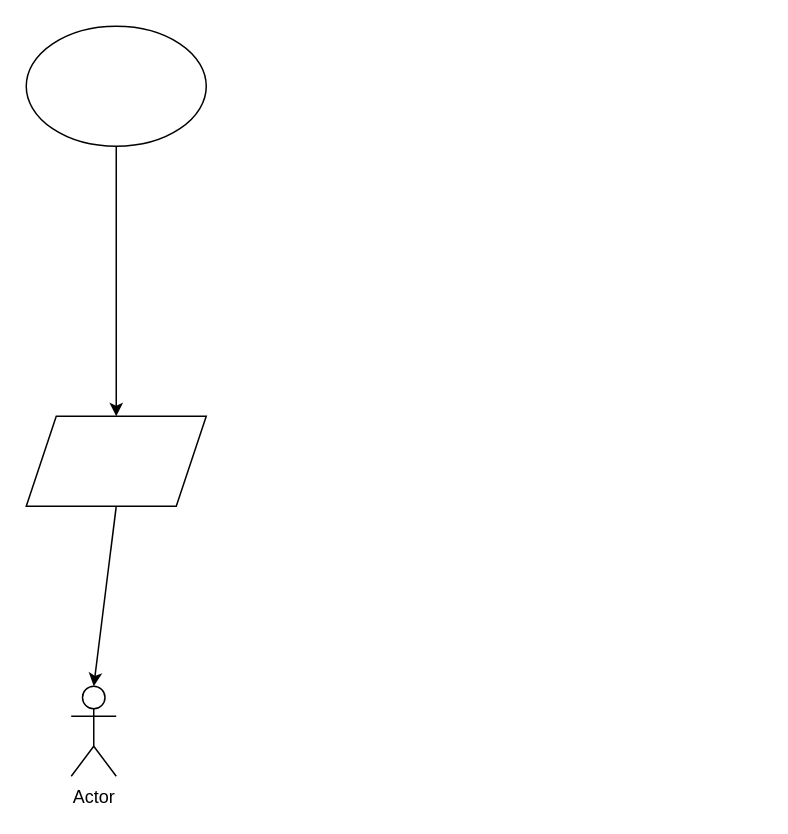
Bert0Neill/ArchitectDiagrams keeps this draw.io diagram as Untitled Diagram.drawio. Above is the earlier version. Source tidied: cells renumbered, new cells numbered last; positions are measured from the earlier drawing's top-left corner, leaving out a move shared by most shapes. Both pictures are drawn from the tidied source at 150%, with x=0, y=0 at pixel (26, 26).
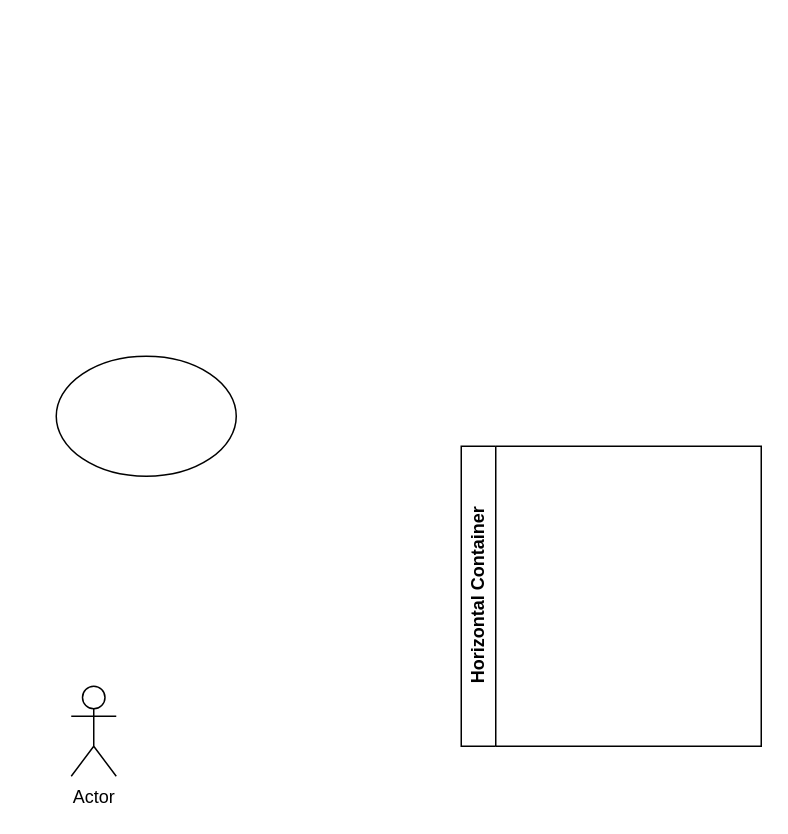
After the change.

What changed in the source:
```diff
@@
 <mxGraphModel>
   <root>
     <mxCell id="0" />
     <mxCell id="1" parent="0" />
-    <mxCell id="2" style="ellipse;whiteSpace=wrap;html=1;" parent="1" vertex="1">
-      <mxGeometry width="120" height="80" as="geometry" />
-    </mxCell>
-    <mxCell id="3" style="shape=parallelogram;perimeter=parallelogramPerimeter;whiteSpace=wrap;html=1;fixedSize=1;" parent="1" vertex="1">
-      <mxGeometry y="260" width="120" height="60" as="geometry" />
-    </mxCell>
-    <mxCell id="4" style="endArrow=classic;html=1;rounded=0;exitX=0.5;exitY=1;exitDx=0;exitDy=0;entryX=0.5;entryY=0;entryDx=0;entryDy=0;" parent="1" edge="1" source="2" target="3">
-      <mxGeometry relative="1" as="geometry" />
-    </mxCell>
+    <mxCell id="7" style="ellipse;whiteSpace=wrap;html=1;" parent="1" vertex="1">
+      <mxGeometry x="20" y="220" width="120" height="80" as="geometry" />
+    </mxCell>
     <mxCell id="5" value="Actor" style="shape=umlActor;verticalLabelPosition=bottom;verticalAlign=top;html=1;outlineConnect=0;" parent="1" vertex="1">
       <mxGeometry x="30" y="440" width="30" height="60" as="geometry" />
     </mxCell>
-    <mxCell id="6" style="endArrow=classic;html=1;rounded=0;exitX=0.5;exitY=1;exitDx=0;exitDy=0;entryX=0.5;entryY=0;entryDx=0;entryDy=0;entryPerimeter=0;" parent="1" edge="1" source="3" target="5">
-      <mxGeometry relative="1" as="geometry" />
-    </mxCell>
+    <mxCell id="8" value="Horizontal Container" style="swimlane;horizontal=0;whiteSpace=wrap;html=1;" parent="1" vertex="1">
+      <mxGeometry x="290" y="280" width="200" height="200" as="geometry" />
+    </mxCell>
   </root>
 </mxGraphModel>
```
